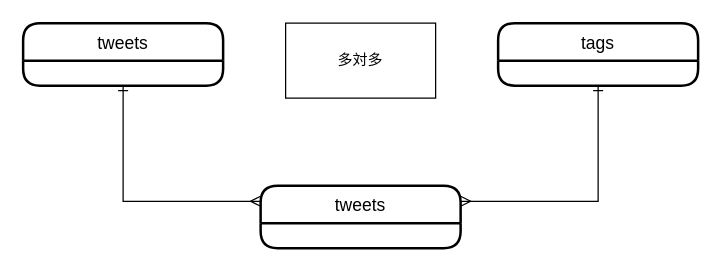
Before: memo.dio in nishitaku8338/tagtweet, a draw.io diagram. Source tidied: cells renumbered, new cells numbered last; positions are measured from the earlier drawing's top-left corner, leaving out a move shared by most shapes. Both pictures are drawn from the tidied source at 125%, with x=0, y=0 at pixel (22, 22).
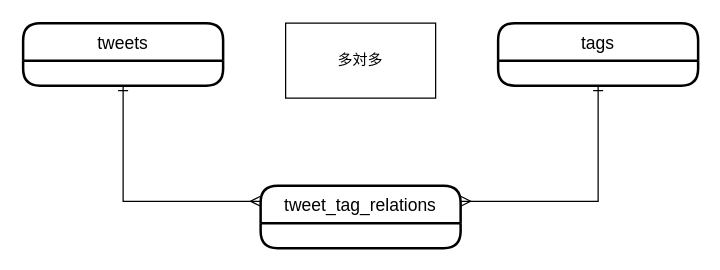
The same diagram, later.

Change to the diagram source:
```diff
@@
 <mxGraphModel>
   <root>
     <mxCell id="0" />
     <mxCell id="1" parent="0" />
-    <mxCell id="2" value="tweets" style="swimlane;horizontal=1;startSize=30;rounded=1;fontSize=14;fontStyle=0;strokeWidth=2;shadow=0;dashed=0;align=center;" parent="1" vertex="1">
+    <mxCell id="2" value="tweet_tag_relations" style="swimlane;horizontal=1;startSize=30;rounded=1;fontSize=14;fontStyle=0;strokeWidth=2;shadow=0;dashed=0;align=center;" parent="1" vertex="1">
       <mxGeometry x="190" y="130" width="160" height="50" as="geometry" />
     </mxCell>
     <mxCell id="3" value="tags" style="swimlane;horizontal=1;startSize=30;rounded=1;fontSize=14;fontStyle=0;strokeWidth=2;shadow=0;dashed=0;align=center;" parent="1" vertex="1">
       <mxGeometry x="380" width="160" height="50" as="geometry" />
     </mxCell>
     <mxCell id="4" style="edgeStyle=orthogonalEdgeStyle;rounded=0;jettySize=auto;html=1;exitX=0.5;exitY=1;exitDx=0;exitDy=0;entryX=0;entryY=0.25;entryDx=0;entryDy=0;startArrow=ERone;startFill=0;endArrow=ERmany;endFill=0;" parent="1" edge="1" source="5" target="2">
       <mxGeometry relative="1" as="geometry" />
     </mxCell>
     <mxCell id="5" value="tweets" style="swimlane;horizontal=1;startSize=30;rounded=1;fontSize=14;fontStyle=0;strokeWidth=2;shadow=0;dashed=0;align=center;" parent="1" vertex="1">
       <mxGeometry width="160" height="50" as="geometry" />
     </mxCell>
     <mxCell id="6" style="edgeStyle=orthogonalEdgeStyle;rounded=0;jettySize=auto;html=1;exitX=0.5;exitY=1;exitDx=0;exitDy=0;entryX=1;entryY=0.25;entryDx=0;entryDy=0;startArrow=ERone;startFill=0;endArrow=ERmany;endFill=0;" parent="1" edge="1" source="3" target="2">
       <mxGeometry relative="1" as="geometry" />
     </mxCell>
     <mxCell id="7" value="多対多" style="rounded=0;whiteSpace=wrap;html=1;" parent="1" vertex="1">
       <mxGeometry x="210" width="120" height="60" as="geometry" />
     </mxCell>
   </root>
 </mxGraphModel>
```
